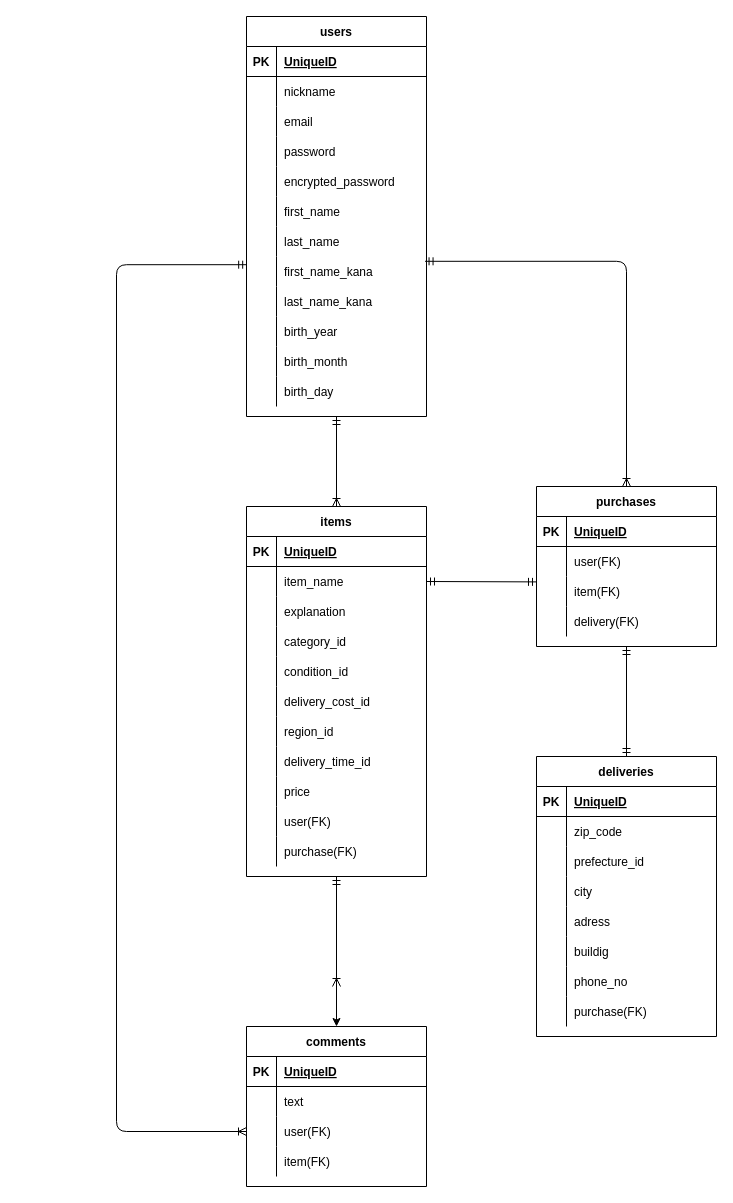
The draw.io diagram database.dio in mmhm416/furima-34328, before the edit. Source tidied: cells renumbered, new cells numbered last; positions are measured from the earlier drawing's top-left corner, leaving out a move shared by most shapes. Both pictures are drawn from the tidied source at 100%, with x=0, y=0 at pixel (116, 16).
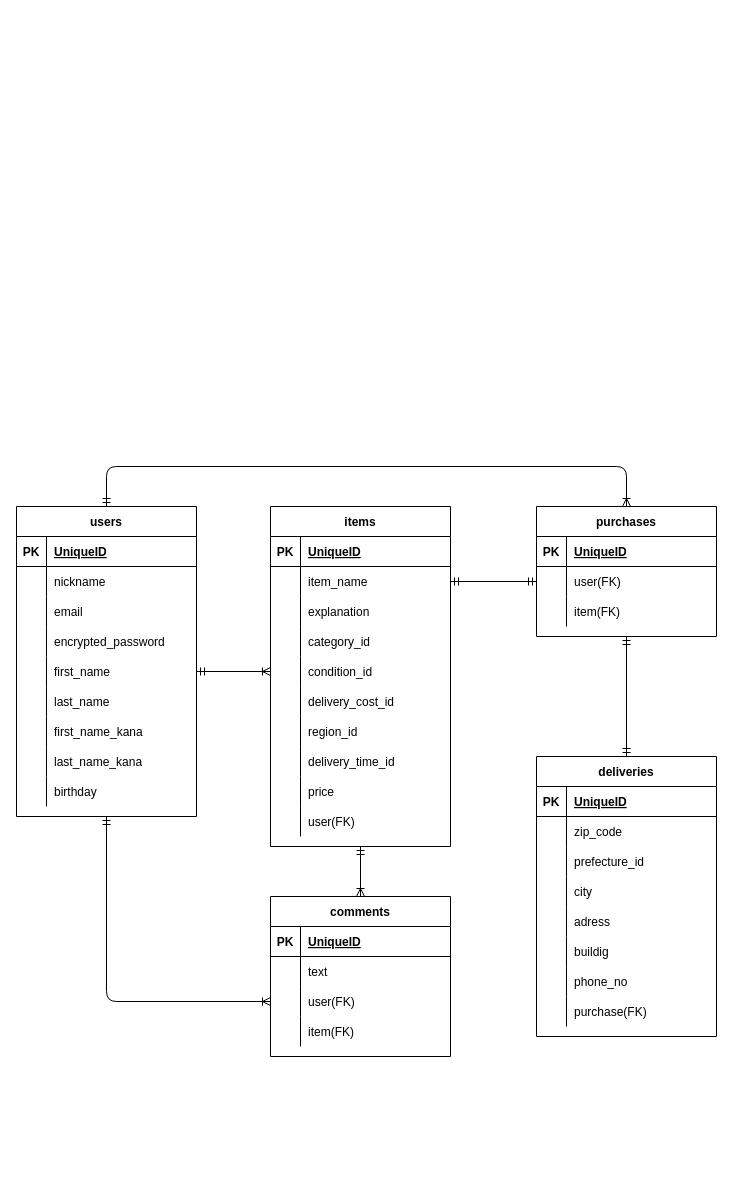
After the change.

The change refers to these unchanged cells:
```xml
<mxCell id="44" style="shape=partialRectangle;fillColor=none;top=0;left=0;bottom=0;right=0;points=[[0,0.5],[1,0.5]];portConstraint=eastwest;" parent="40" vertex="1">
  <mxGeometry y="60" width="180" height="30" as="geometry" />
</mxCell>
<mxCell id="53" style="shape=partialRectangle;fillColor=none;top=0;left=0;bottom=0;right=0;points=[[0,0.5],[1,0.5]];portConstraint=eastwest;" parent="40" vertex="1">
  <mxGeometry y="150" width="180" height="30" as="geometry" />
</mxCell>
<mxCell id="81" style="shape=partialRectangle;fillColor=none;top=0;left=0;bottom=0;right=0;points=[[0,0.5],[1,0.5]];portConstraint=eastwest;" parent="74" vertex="1">
  <mxGeometry y="90" width="180" height="30" as="geometry" />
</mxCell>
<mxCell id="121" style="shape=partialRectangle;fillColor=none;top=0;left=0;bottom=0;right=0;points=[[0,0.5],[1,0.5]];portConstraint=eastwest;" parent="117" vertex="1">
  <mxGeometry y="60" width="180" height="30" as="geometry" />
</mxCell>
<mxCell id="124" style="shape=partialRectangle;fillColor=none;top=0;left=0;bottom=0;right=0;points=[[0,0.5],[1,0.5]];portConstraint=eastwest;" parent="117" vertex="1">
  <mxGeometry y="90" width="180" height="30" as="geometry" />
</mxCell>
```

Diff of the diagram source:
```diff
@@
     <mxCell id="2" value="users" style="shape=table;startSize=30;childLayout=tableLayout;rowLines=0;fontStyle=1;align=center;" parent="1" vertex="1">
-      <mxGeometry x="130" width="180" height="400" as="geometry" />
+      <mxGeometry x="-100" y="490" width="180" height="310" as="geometry" />
     </mxCell>
@@
-    <mxCell id="12" style="shape=partialRectangle;fillColor=none;top=0;left=0;bottom=0;right=0;" parent="2" vertex="1">
-      <mxGeometry y="120" width="180" height="30" as="geometry" />
-    </mxCell>
-    <mxCell id="13" style="shape=partialRectangle;fillColor=none;top=0;left=0;bottom=0;right=0;overflow=hidden;" parent="12" vertex="1">
-      <mxGeometry width="30" height="30" as="geometry" />
-    </mxCell>
-    <mxCell id="14" value="password " style="shape=partialRectangle;fillColor=none;top=0;left=0;bottom=0;right=0;align=left;spacingLeft=6;overflow=hidden;" parent="12" vertex="1">
-      <mxGeometry x="30" width="150" height="30" as="geometry" />
-    </mxCell>
     <mxCell id="15" style="shape=partialRectangle;fillColor=none;top=0;left=0;bottom=0;right=0;" parent="2" vertex="1">
-      <mxGeometry y="150" width="180" height="30" as="geometry" />
+      <mxGeometry y="120" width="180" height="30" as="geometry" />
     </mxCell>
@@
     <mxCell id="18" style="shape=partialRectangle;fillColor=none;top=0;left=0;bottom=0;right=0;points=[[0,0.5],[1,0.5]];portConstraint=eastwest;" parent="2" vertex="1">
-      <mxGeometry y="180" width="180" height="30" as="geometry" />
+      <mxGeometry y="150" width="180" height="30" as="geometry" />
     </mxCell>
@@
     <mxCell id="21" style="shape=partialRectangle;fillColor=none;top=0;left=0;bottom=0;right=0;" parent="2" vertex="1">
-      <mxGeometry y="210" width="180" height="30" as="geometry" />
+      <mxGeometry y="180" width="180" height="30" as="geometry" />
     </mxCell>
@@
     <mxCell id="24" style="shape=partialRectangle;fillColor=none;top=0;left=0;bottom=0;right=0;points=[[0,0.5],[1,0.5]];portConstraint=eastwest;" parent="2" vertex="1">
-      <mxGeometry y="240" width="180" height="30" as="geometry" />
+      <mxGeometry y="210" width="180" height="30" as="geometry" />
     </mxCell>
@@
     <mxCell id="27" style="shape=partialRectangle;fillColor=none;top=0;left=0;bottom=0;right=0;" parent="2" vertex="1">
-      <mxGeometry y="270" width="180" height="30" as="geometry" />
+      <mxGeometry y="240" width="180" height="30" as="geometry" />
     </mxCell>
@@
     <mxCell id="30" style="shape=partialRectangle;fillColor=none;top=0;left=0;bottom=0;right=0;" parent="2" vertex="1">
-      <mxGeometry y="300" width="180" height="30" as="geometry" />
+      <mxGeometry y="270" width="180" height="30" as="geometry" />
     </mxCell>
@@
-    <mxCell id="32" value="birth_year" style="shape=partialRectangle;fillColor=none;top=0;left=0;bottom=0;right=0;align=left;spacingLeft=6;overflow=hidden;" parent="30" vertex="1">
+    <mxCell id="32" value="birthday" style="shape=partialRectangle;fillColor=none;top=0;left=0;bottom=0;right=0;align=left;spacingLeft=6;overflow=hidden;" parent="30" vertex="1">
       <mxGeometry x="30" width="150" height="30" as="geometry" />
     </mxCell>
-    <mxCell id="33" style="shape=partialRectangle;fillColor=none;top=0;left=0;bottom=0;right=0;" parent="2" vertex="1">
-      <mxGeometry y="330" width="180" height="30" as="geometry" />
-    </mxCell>
-    <mxCell id="34" style="shape=partialRectangle;fillColor=none;top=0;left=0;bottom=0;right=0;overflow=hidden;" parent="33" vertex="1">
-      <mxGeometry width="30" height="30" as="geometry" />
-    </mxCell>
-    <mxCell id="35" value="birth_month" style="shape=partialRectangle;fillColor=none;top=0;left=0;bottom=0;right=0;align=left;spacingLeft=6;overflow=hidden;" parent="33" vertex="1">
-      <mxGeometry x="30" width="150" height="30" as="geometry" />
-    </mxCell>
-    <mxCell id="36" style="shape=partialRectangle;fillColor=none;top=0;left=0;bottom=0;right=0;" parent="2" vertex="1">
-      <mxGeometry y="360" width="180" height="30" as="geometry" />
-    </mxCell>
-    <mxCell id="37" style="shape=partialRectangle;fillColor=none;top=0;left=0;bottom=0;right=0;overflow=hidden;" parent="36" vertex="1">
-      <mxGeometry width="30" height="30" as="geometry" />
-    </mxCell>
-    <mxCell id="38" value="birth_day" style="shape=partialRectangle;fillColor=none;top=0;left=0;bottom=0;right=0;align=left;spacingLeft=6;overflow=hidden;" parent="36" vertex="1">
-      <mxGeometry x="30" width="150" height="30" as="geometry" />
-    </mxCell>
-    <mxCell id="39" style="edgeStyle=orthogonalEdgeStyle;rounded=0;jettySize=auto;html=1;entryX=0.5;entryY=0;entryDx=0;entryDy=0;" parent="1" edge="1" source="40" target="74">
-      <mxGeometry relative="1" as="geometry" />
-    </mxCell>
     <mxCell id="40" value="items" style="shape=table;startSize=30;childLayout=tableLayout;rowLines=0;fontStyle=1;align=center;fillColor=none;" parent="1" vertex="1">
-      <mxGeometry x="130" y="490" width="180" height="370" as="geometry" />
+      <mxGeometry x="154" y="490" width="180" height="340" as="geometry" />
     </mxCell>
@@
-    <mxCell id="71" style="shape=partialRectangle;fillColor=none;top=0;left=0;bottom=0;right=0;" parent="40" vertex="1">
-      <mxGeometry y="330" width="180" height="30" as="geometry" />
-    </mxCell>
-    <mxCell id="72" style="shape=partialRectangle;fillColor=none;top=0;left=0;bottom=0;right=0;overflow=hidden;" parent="71" vertex="1">
-      <mxGeometry width="30" height="30" as="geometry" />
-    </mxCell>
-    <mxCell id="73" value="purchase(FK)" style="shape=partialRectangle;fillColor=none;top=0;left=0;bottom=0;right=0;align=left;spacingLeft=6;overflow=hidden;" parent="71" vertex="1">
-      <mxGeometry x="30" width="150" height="30" as="geometry" />
-    </mxCell>
     <mxCell id="74" value="comments" style="shape=table;startSize=30;childLayout=tableLayout;rowLines=0;fontStyle=1;align=center;" parent="1" vertex="1">
-      <mxGeometry x="130" y="1010" width="180" height="160" as="geometry" />
+      <mxGeometry x="154" y="880" width="180" height="160" as="geometry" />
     </mxCell>
@@
-    <mxCell id="112" style="fontSize=12;html=1;endArrow=ERoneToMany;startArrow=ERmandOne;entryX=0.5;entryY=0;entryDx=0;entryDy=0;exitX=0.5;exitY=1;exitDx=0;exitDy=0;" parent="1" edge="1" source="2" target="40">
+    <mxCell id="112" style="fontSize=12;html=1;endArrow=ERoneToMany;startArrow=ERmandOne;exitX=1;exitY=0.5;exitDx=0;exitDy=0;entryX=0;entryY=0.5;entryDx=0;entryDy=0;" parent="1" edge="1" source="18" target="53">
       <mxGeometry relative="1" as="geometry" />
     </mxCell>
-    <mxCell id="113" style="fontSize=12;html=1;endArrow=ERoneToMany;startArrow=ERmandOne;exitX=0.992;exitY=0.16;exitDx=0;exitDy=0;exitPerimeter=0;edgeStyle=orthogonalEdgeStyle;entryX=0.5;entryY=0;entryDx=0;entryDy=0;" parent="1" edge="1" source="24" target="117">
-      <mxGeometry relative="1" as="geometry" />
+    <mxCell id="113" style="fontSize=12;html=1;endArrow=ERoneToMany;startArrow=ERmandOne;edgeStyle=orthogonalEdgeStyle;entryX=0.5;entryY=0;entryDx=0;entryDy=0;exitX=0.5;exitY=0;exitDx=0;exitDy=0;" parent="1" edge="1" source="2" target="117">
+      <mxGeometry relative="1" as="geometry">
+        <Array as="points">
+          <mxPoint x="-10" y="450" />
+          <mxPoint x="510" y="450" />
+        </Array>
+      </mxGeometry>
     </mxCell>
-    <mxCell id="114" style="fontSize=12;html=1;endArrow=ERmandOne;startArrow=ERmandOne;exitX=1;exitY=0.5;exitDx=0;exitDy=0;entryX=0;entryY=0.18;entryDx=0;entryDy=0;entryPerimeter=0;" parent="1" edge="1" source="44" target="124">
+    <mxCell id="114" style="fontSize=12;html=1;endArrow=ERmandOne;startArrow=ERmandOne;exitX=1;exitY=0.5;exitDx=0;exitDy=0;entryX=0;entryY=0.5;entryDx=0;entryDy=0;" parent="1" edge="1" source="44" target="121">
       <mxGeometry relative="1" as="geometry" />
     </mxCell>
-    <mxCell id="115" style="fontSize=12;html=1;endArrow=ERoneToMany;startArrow=ERmandOne;exitX=0.001;exitY=0.273;exitDx=0;exitDy=0;exitPerimeter=0;edgeStyle=orthogonalEdgeStyle;entryX=0;entryY=0.5;entryDx=0;entryDy=0;" parent="1" edge="1" source="24" target="81">
+    <mxCell id="115" style="fontSize=12;html=1;endArrow=ERoneToMany;startArrow=ERmandOne;exitX=0.5;exitY=1;exitDx=0;exitDy=0;edgeStyle=orthogonalEdgeStyle;entryX=0;entryY=0.5;entryDx=0;entryDy=0;" parent="1" edge="1" source="2" target="81">
       <mxGeometry relative="1" as="geometry">
         <Array as="points">
-          <mxPoint y="248" />
-          <mxPoint y="1115" />
+          <mxPoint x="-10" y="985" />
         </Array>
       </mxGeometry>
     </mxCell>
-    <mxCell id="116" style="fontSize=12;html=1;endArrow=ERoneToMany;startArrow=ERmandOne;exitX=0.5;exitY=1;exitDx=0;exitDy=0;" parent="1" edge="1" source="40">
-      <mxGeometry relative="1" as="geometry">
-        <mxPoint x="220" y="970" as="targetPoint" />
-      </mxGeometry>
-    </mxCell>
     <mxCell id="117" value="purchases" style="shape=table;startSize=30;childLayout=tableLayout;rowLines=0;fontStyle=1;align=center;" parent="1" vertex="1">
-      <mxGeometry x="420" y="470" width="180" height="160" as="geometry" />
+      <mxGeometry x="420" y="490" width="180" height="130" as="geometry" />
     </mxCell>
@@
-    <mxCell id="127" style="shape=partialRectangle;fillColor=none;top=0;left=0;bottom=0;right=0;" parent="117" vertex="1">
-      <mxGeometry y="120" width="180" height="30" as="geometry" />
-    </mxCell>
-    <mxCell id="128" style="shape=partialRectangle;fillColor=none;top=0;left=0;bottom=0;right=0;overflow=hidden;" parent="127" vertex="1">
-      <mxGeometry width="30" height="30" as="geometry" />
-    </mxCell>
-    <mxCell id="129" value="delivery(FK)" style="shape=partialRectangle;fillColor=none;top=0;left=0;bottom=0;right=0;align=left;spacingLeft=6;overflow=hidden;" parent="127" vertex="1">
-      <mxGeometry x="30" width="150" height="30" as="geometry" />
-    </mxCell>
@@
+    <mxCell id="39" style="fontSize=12;html=1;endArrow=ERoneToMany;startArrow=ERmandOne;entryX=0.5;entryY=0;entryDx=0;entryDy=0;exitX=0.5;exitY=1;exitDx=0;exitDy=0;" parent="1" edge="1" source="40" target="74">
+      <mxGeometry relative="1" as="geometry" />
+    </mxCell>
```
